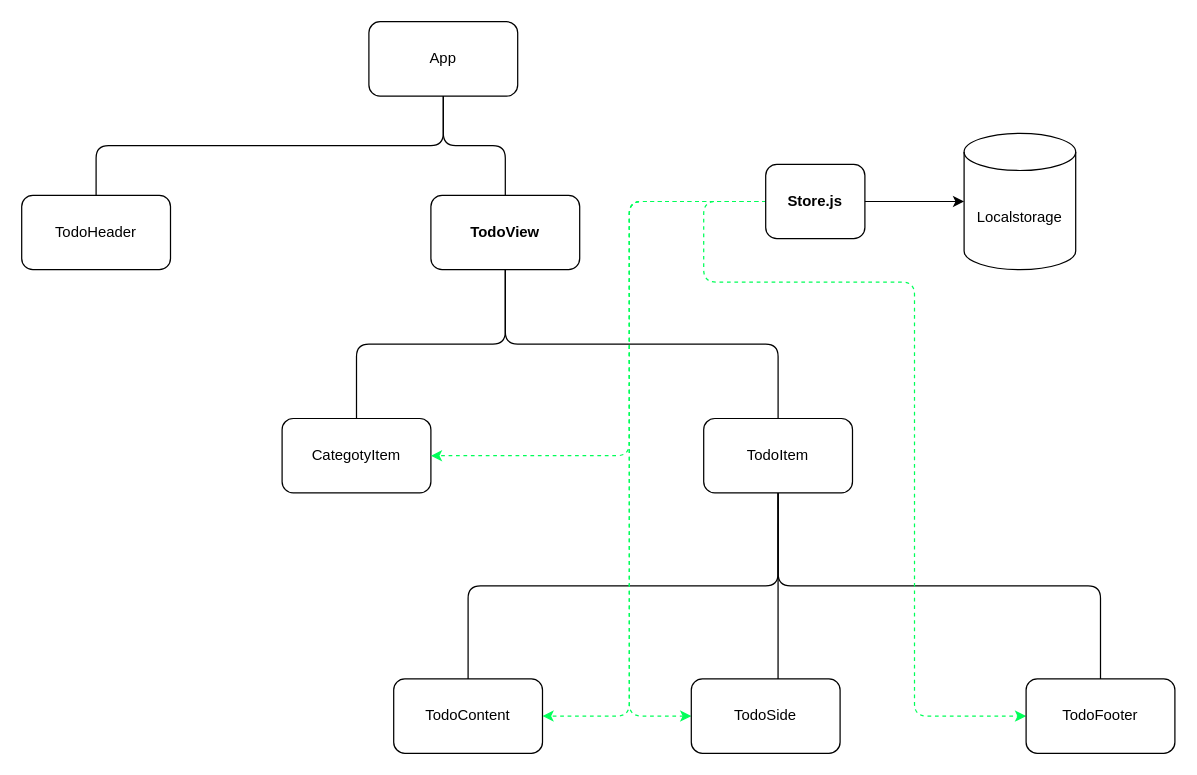
Above: todo-list.drawio in jbkim4040/todo_original (draw.io), before the change. Source tidied: cells renumbered, new cells numbered last; positions are measured from the earlier drawing's top-left corner, leaving out a move shared by most shapes. Both pictures are drawn from the tidied source at 124%, with x=0, y=0 at pixel (21, 21).
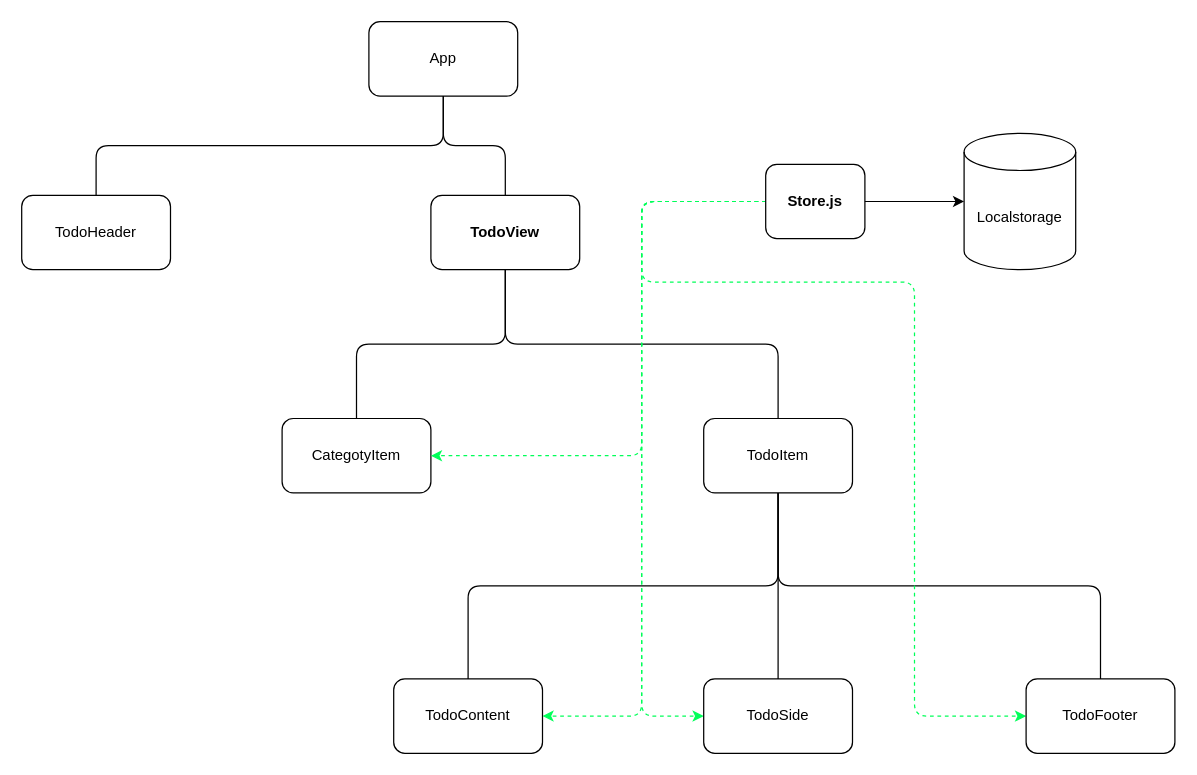
After the change.

The change refers to these unchanged cells:
```xml
<mxCell id="5" value="CategotyItem" style="rounded=1;whiteSpace=wrap;html=1;" parent="1" vertex="1">
  <mxGeometry x="210" y="320" width="120" height="60" as="geometry" />
</mxCell>
<mxCell id="11" value="TodoItem" style="rounded=1;whiteSpace=wrap;html=1;" parent="1" vertex="1">
  <mxGeometry x="550" y="320" width="120" height="60" as="geometry" />
</mxCell>
<mxCell id="17" value="Store.js" style="rounded=1;whiteSpace=wrap;html=1;fontStyle=1;" parent="1" vertex="1">
  <mxGeometry x="600" y="115" width="80" height="60" as="geometry" />
</mxCell>
<mxCell id="20" value="TodoContent" style="rounded=1;whiteSpace=wrap;html=1;" parent="1" vertex="1">
  <mxGeometry x="300" y="530" width="120" height="60" as="geometry" />
</mxCell>
<mxCell id="22" value="TodoFooter" style="rounded=1;whiteSpace=wrap;html=1;" parent="1" vertex="1">
  <mxGeometry x="810" y="530" width="120" height="60" as="geometry" />
</mxCell>
```

What changed in the source:
```diff
@@
+    <mxCell id="23" style="edgeStyle=orthogonalEdgeStyle;rounded=1;jettySize=auto;html=1;exitX=0.5;exitY=1;exitDx=0;exitDy=0;entryX=0.5;entryY=0;entryDx=0;entryDy=0;curved=0;endArrow=none;endFill=0;" parent="1" edge="1" source="11" target="21">
+      <mxGeometry relative="1" as="geometry" />
+    </mxCell>
@@
     <mxCell id="13" style="edgeStyle=orthogonalEdgeStyle;rounded=1;jettySize=auto;html=1;exitX=0;exitY=0.5;exitDx=0;exitDy=0;entryX=1;entryY=0.5;entryDx=0;entryDy=0;dashed=1;curved=0;strokeColor=#00ff59;" parent="1" edge="1" source="17" target="5">
       <mxGeometry relative="1" as="geometry">
         <Array as="points">
-          <mxPoint x="490" y="145" />
-          <mxPoint x="490" y="350" />
+          <mxPoint x="500" y="145" />
+          <mxPoint x="500" y="350" />
         </Array>
       </mxGeometry>
     </mxCell>
     <mxCell id="14" style="edgeStyle=orthogonalEdgeStyle;rounded=1;jettySize=auto;html=1;exitX=0;exitY=0.5;exitDx=0;exitDy=0;entryX=1;entryY=0.5;entryDx=0;entryDy=0;curved=0;dashed=1;strokeColor=#00ff59;" parent="1" edge="1" source="17" target="20">
       <mxGeometry relative="1" as="geometry">
         <Array as="points">
-          <mxPoint x="490" y="145" />
-          <mxPoint x="490" y="560" />
+          <mxPoint x="500" y="145" />
+          <mxPoint x="500" y="560" />
         </Array>
       </mxGeometry>
     </mxCell>
     <mxCell id="15" style="edgeStyle=orthogonalEdgeStyle;rounded=1;jettySize=auto;html=1;exitX=0;exitY=0.5;exitDx=0;exitDy=0;entryX=0;entryY=0.5;entryDx=0;entryDy=0;curved=0;dashed=1;strokeColor=#00ff59;" parent="1" edge="1" source="17" target="21">
       <mxGeometry relative="1" as="geometry">
         <Array as="points">
-          <mxPoint x="490" y="145" />
-          <mxPoint x="490" y="560" />
+          <mxPoint x="500" y="145" />
+          <mxPoint x="500" y="560" />
         </Array>
       </mxGeometry>
     </mxCell>
     <mxCell id="16" style="edgeStyle=orthogonalEdgeStyle;rounded=1;jettySize=auto;html=1;exitX=0;exitY=0.5;exitDx=0;exitDy=0;entryX=0;entryY=0.5;entryDx=0;entryDy=0;curved=0;dashed=1;strokeColor=#00ff59;" parent="1" edge="1" source="17" target="22">
       <mxGeometry relative="1" as="geometry">
         <Array as="points">
-          <mxPoint x="550" y="145" />
-          <mxPoint x="550" y="210" />
+          <mxPoint x="500" y="145" />
+          <mxPoint x="500" y="210" />
           <mxPoint x="720" y="210" />
           <mxPoint x="720" y="560" />
         </Array>
       </mxGeometry>
     </mxCell>
@@
     <mxCell id="21" value="TodoSide" style="rounded=1;whiteSpace=wrap;html=1;" parent="1" vertex="1">
-      <mxGeometry x="540" y="530" width="120" height="60" as="geometry" />
+      <mxGeometry x="550" y="530" width="120" height="60" as="geometry" />
     </mxCell>
@@
-    <mxCell id="23" style="edgeStyle=orthogonalEdgeStyle;rounded=1;jettySize=auto;html=1;exitX=0.5;exitY=1;exitDx=0;exitDy=0;entryX=0.583;entryY=0;entryDx=0;entryDy=0;entryPerimeter=0;curved=0;endArrow=none;endFill=0;" parent="1" edge="1" source="11" target="21">
-      <mxGeometry relative="1" as="geometry" />
-    </mxCell>
```
